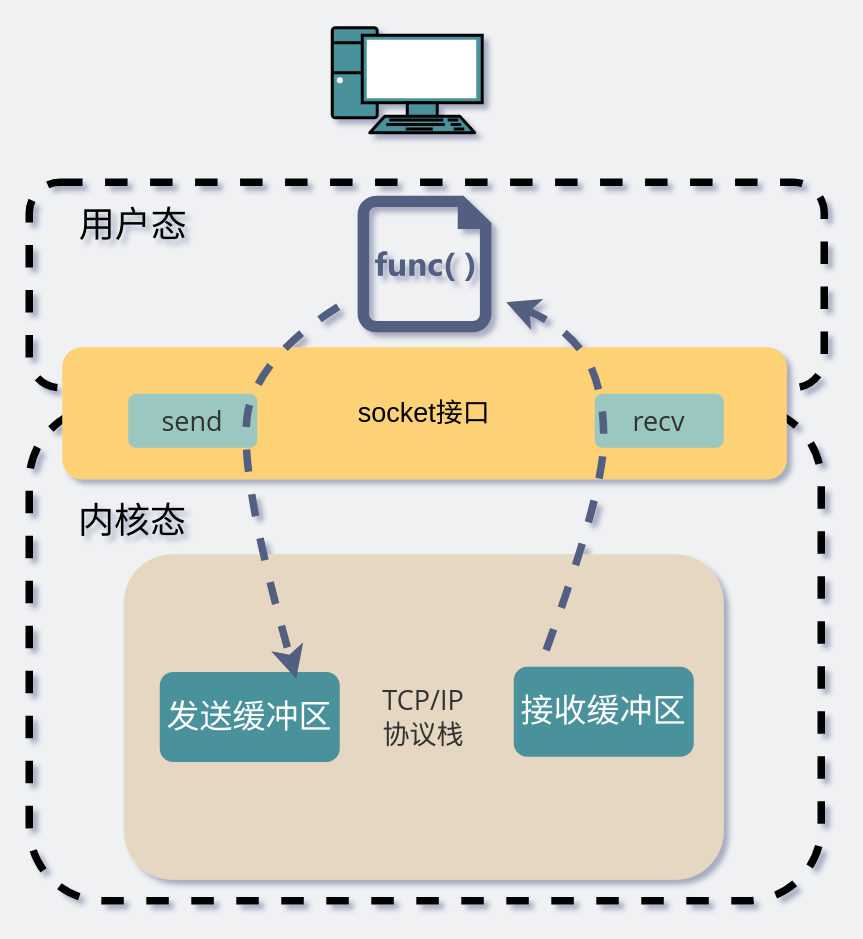
This is network/一个socket有两个缓冲区.drawio from xiaobaiTech/image, a draw.io file, before an edit. Source tidied: cells renumbered, new cells numbered last; positions are measured from the earlier drawing's top-left corner, leaving out a move shared by most shapes. Both pictures are drawn from the tidied source at 150%, with x=0, y=0 at pixel (28, 27).
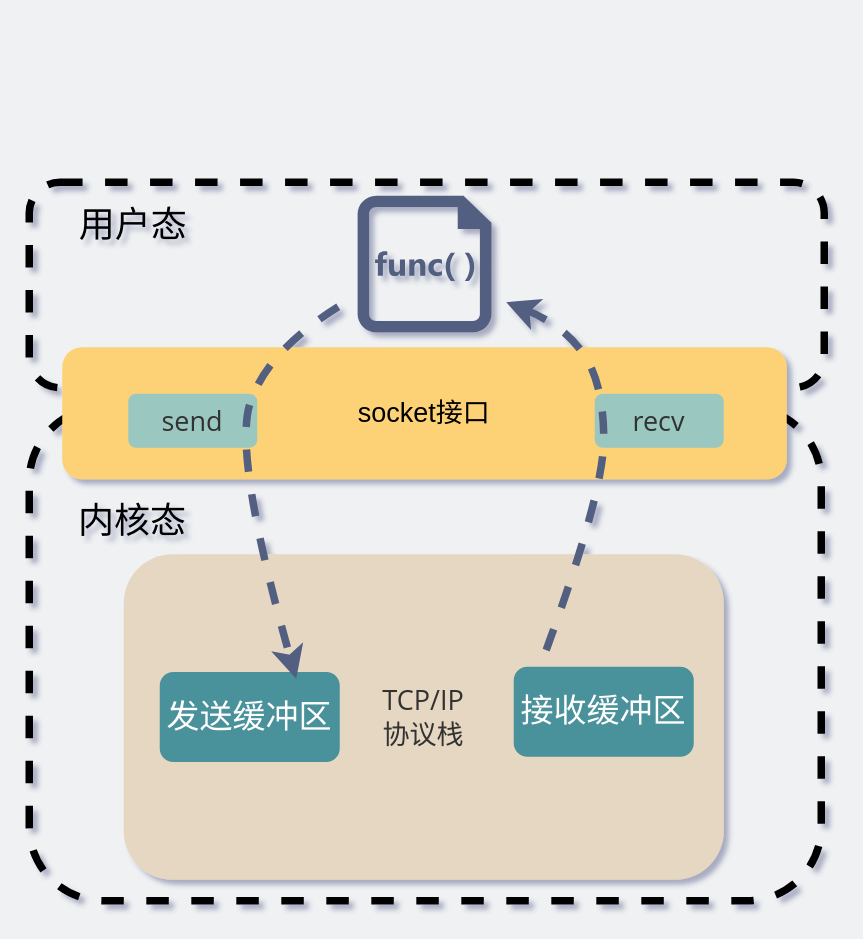
After the change.

Commit message:
Update 一个socket有两个缓冲区.drawio

Change to the diagram source:
```diff
@@
-    <mxCell id="14" style="fontColor=#0066CC;verticalAlign=top;verticalLabelPosition=bottom;labelPosition=center;align=center;html=1;gradientColor=none;gradientDirection=north;strokeWidth=2;shape=mxgraph.networks.pc;fillColor=#4A919B;" parent="1" vertex="1">
-      <mxGeometry x="202" width="100" height="70" as="geometry" />
-    </mxCell>
```
